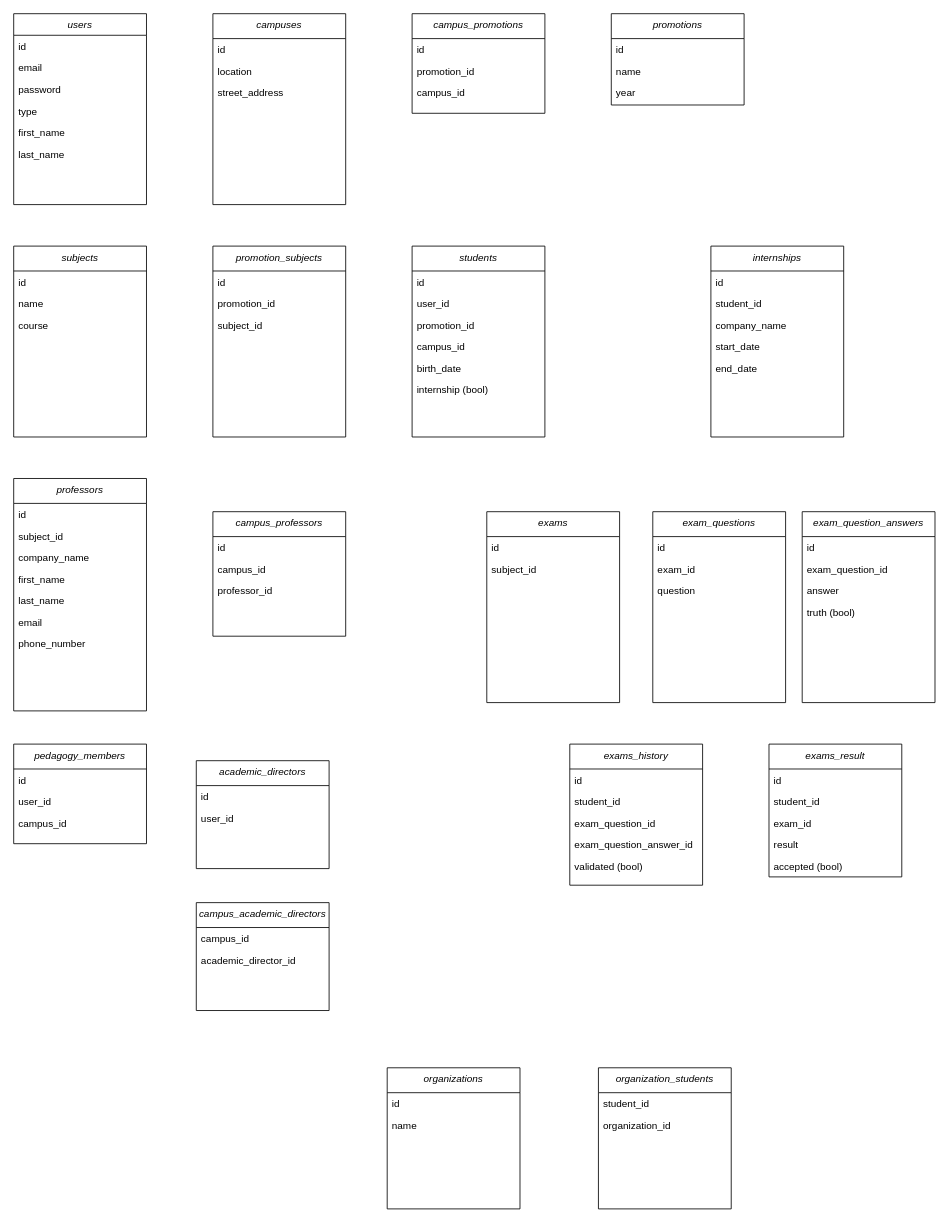
The draw.io diagram page "Page-1" (1 of 2) of mcd.drawio in bnvd26/4PROJ, before the edit. Source tidied: cells renumbered, new cells numbered last; positions are measured from the earlier drawing's top-left corner, leaving out a move shared by most shapes. Both pictures are drawn from the tidied source at 83%, with x=0, y=0 at pixel (13, 13).
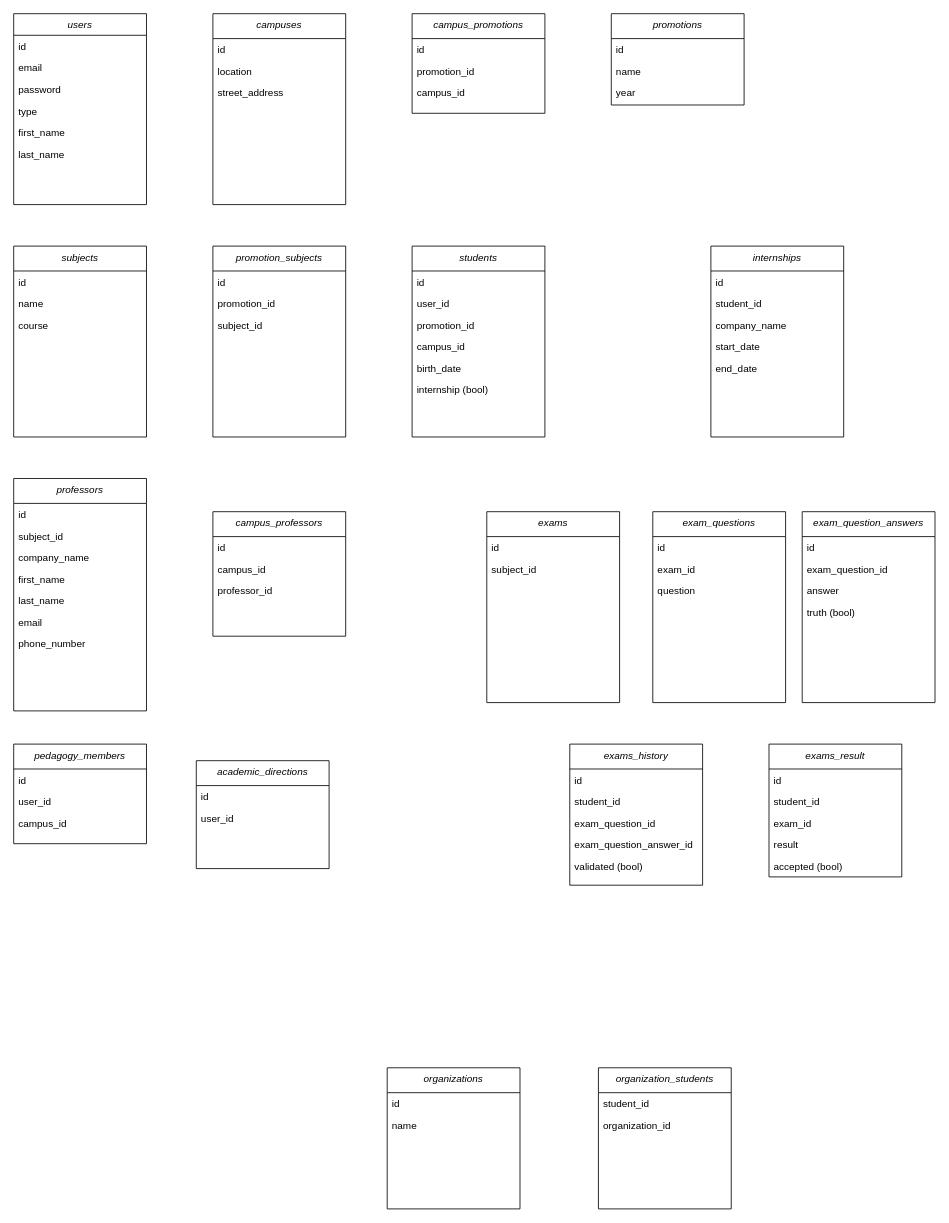
The same page after the edit.

The edit, as a diff of the source:
```diff
@@
-    <mxCell id="68" value="academic_directors" style="swimlane;fontStyle=2;align=center;verticalAlign=top;horizontal=1;startSize=30;rounded=0;shadow=0;strokeWidth=1;" parent="1" vertex="1">
+    <mxCell id="68" value="academic_directions" style="swimlane;fontStyle=2;align=center;verticalAlign=top;horizontal=1;startSize=30;rounded=0;shadow=0;strokeWidth=1;" parent="1" vertex="1">
       <mxGeometry x="220" y="900" width="160" height="130" as="geometry" />
     </mxCell>
@@
-    <mxCell id="71" value="campus_academic_directors" style="swimlane;fontStyle=2;align=center;verticalAlign=top;horizontal=1;startSize=30;rounded=0;shadow=0;strokeWidth=1;" parent="1" vertex="1">
-      <mxGeometry x="220" y="1071" width="160" height="130" as="geometry" />
-    </mxCell>
-    <mxCell id="72" value="campus_id" style="text;align=left;verticalAlign=top;spacingLeft=4;spacingRight=4;overflow=hidden;" parent="71" vertex="1">
-      <mxGeometry y="30" width="160" height="26" as="geometry" />
-    </mxCell>
-    <mxCell id="73" value="academic_director_id" style="text;align=left;verticalAlign=top;spacingLeft=4;spacingRight=4;overflow=hidden;" parent="71" vertex="1">
-      <mxGeometry y="56" width="160" height="26" as="geometry" />
-    </mxCell>
```
